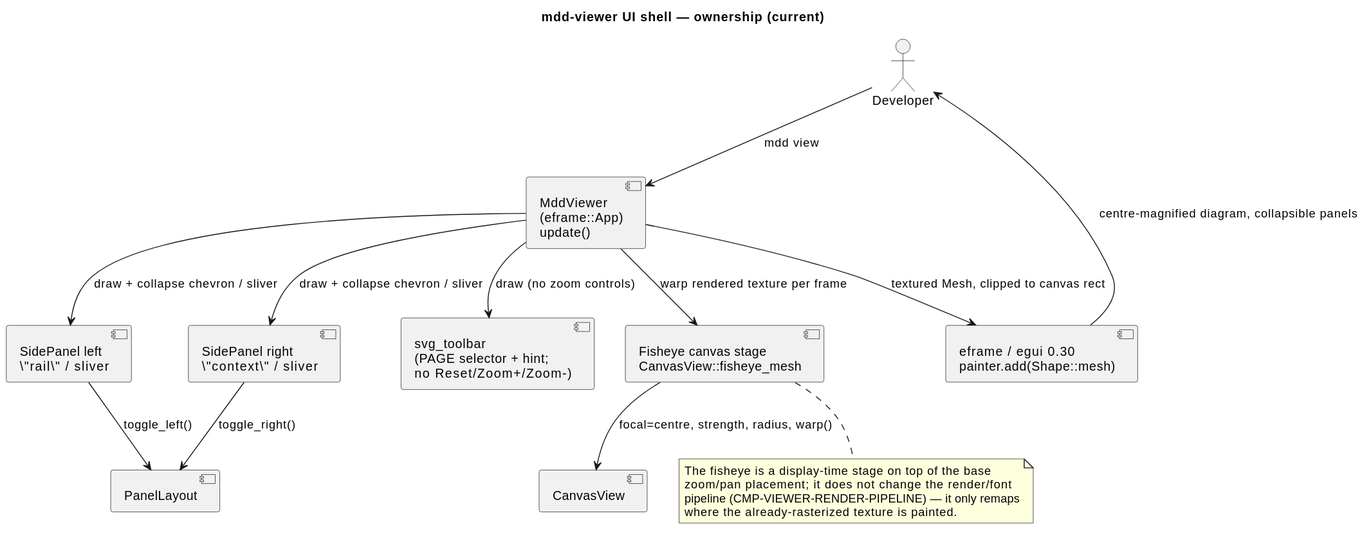
The PlantUML diagram .mdd/rendered/models/current/components/viewer-shell.svg in cthadeufaria/model-driven-development, before a commit.
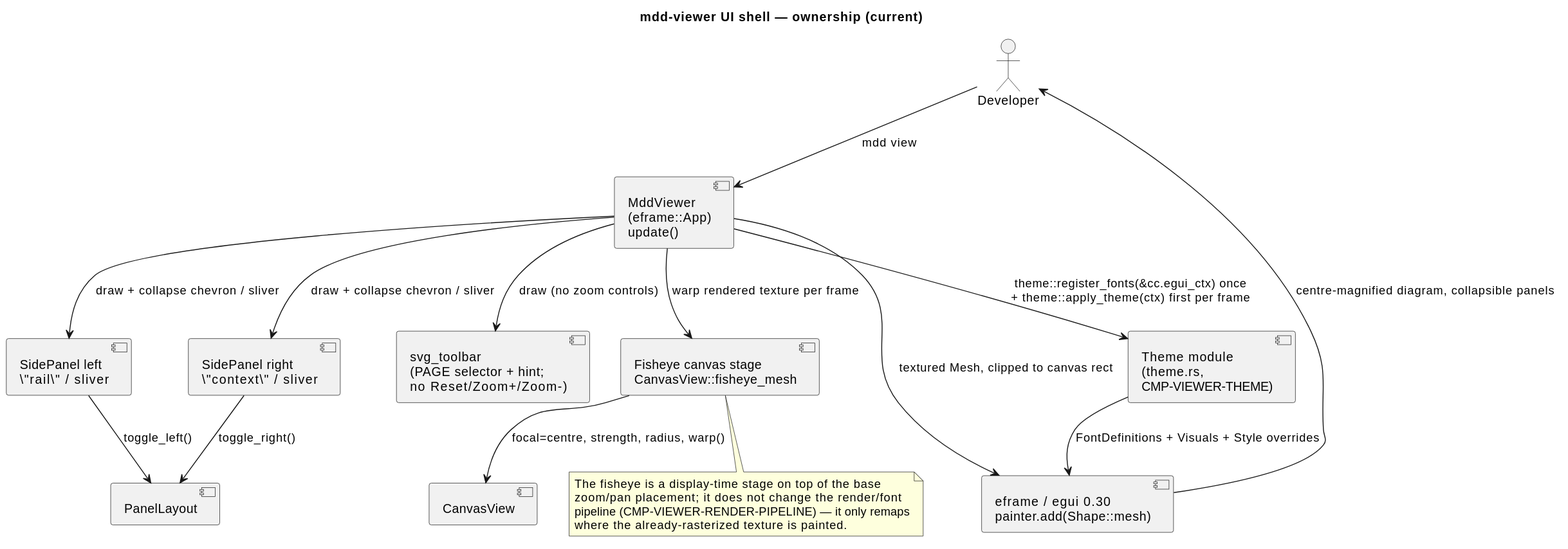
After the change.

The edit, as a diff of the source:
```diff
@@ -11,8 +11,11 @@
 component "PanelLayout" as PL
 component "CanvasView" as CV
 component "eframe / egui 0.30\npainter.add(Shape::mesh)" as Egui
+component "Theme module\n(theme.rs,\nCMP-VIEWER-THEME)" as Theme
 
 Dev --> Viewer : mdd view
+Viewer --> Theme : theme::register_fonts(&cc.egui_ctx) once\n+ theme::apply_theme(ctx) first per frame
+Theme --> Egui : FontDefinitions + Visuals + Style overrides
 Viewer --> Left : draw + collapse chevron / sliver
 Viewer --> Right : draw + collapse chevron / sliver
 Left --> PL : toggle_left()
```
